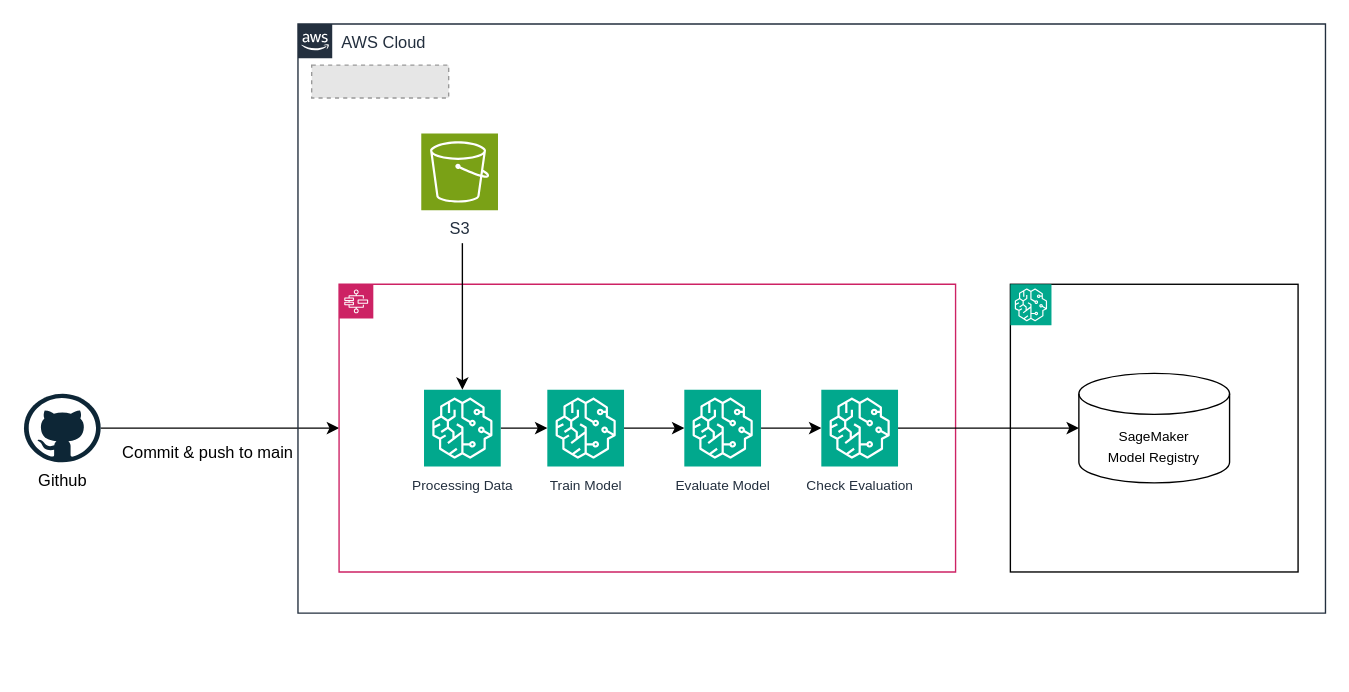
Above: images/architecture_diagram.drawio in ryo19-96/power-forecasting-mlops (draw.io), before the change. Source tidied: cells renumbered, new cells numbered last; positions are measured from the earlier drawing's top-left corner, leaving out a move shared by most shapes. Both pictures are drawn from the tidied source at 137%, with x=0, y=0 at pixel (23, 23). Pictures stored in the file or linked from it are replaced by grey dashed boxes.
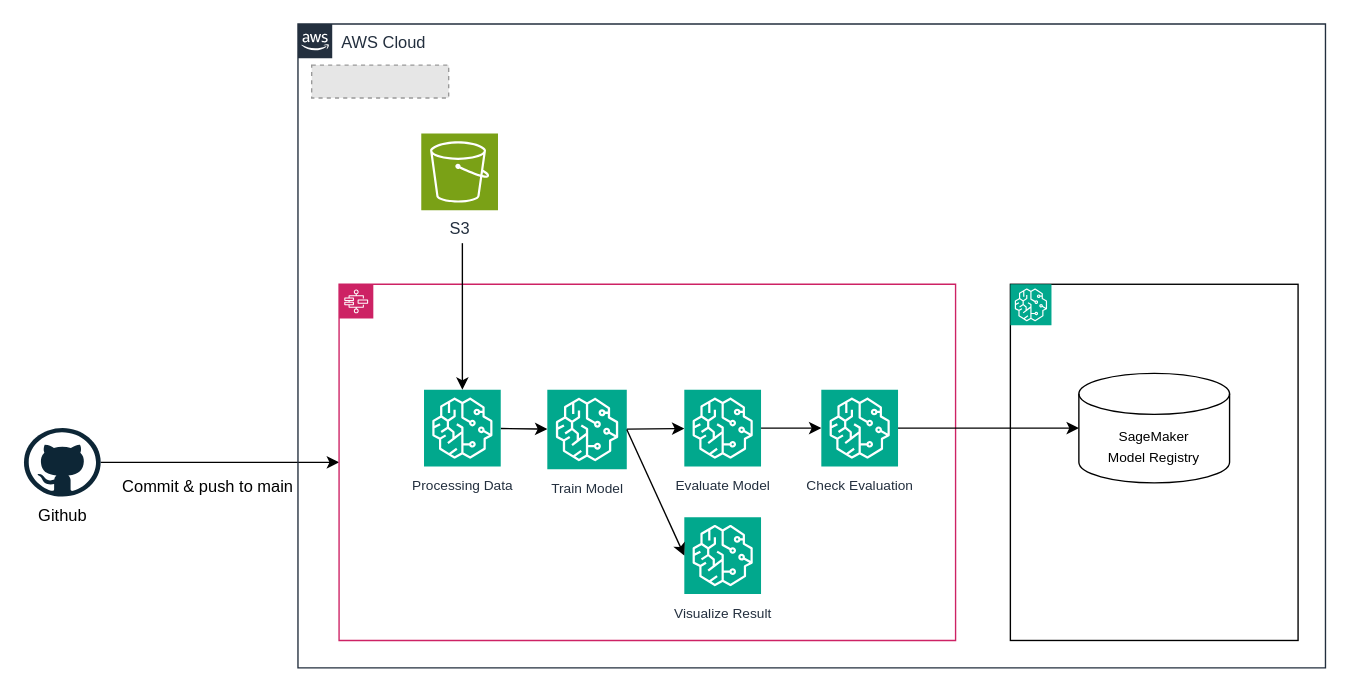
After the change.

What changed in the source:
```diff
@@
     <mxCell id="4" value="Github" style="dashed=0;outlineConnect=0;html=1;align=center;labelPosition=center;verticalLabelPosition=bottom;verticalAlign=top;shape=mxgraph.weblogos.github;" parent="1" vertex="1">
-      <mxGeometry y="270" width="56" height="50" as="geometry" />
+      <mxGeometry y="295" width="56" height="50" as="geometry" />
     </mxCell>
     <mxCell id="5" value="AWS Cloud" style="gradientColor=none;html=1;whiteSpace=wrap;fontSize=12;fontStyle=0;shape=mxgraph.aws4.group;grIcon=mxgraph.aws4.group_aws_cloud_alt;strokeColor=#232F3E;fillColor=none;verticalAlign=top;align=left;spacingLeft=30;fontColor=#232F3E;dashed=0;" parent="1" vertex="1">
-      <mxGeometry x="200" width="750" height="430" as="geometry" />
+      <mxGeometry x="200" width="750" height="470" as="geometry" />
     </mxCell>
@@
     <mxCell id="7" style="points=[[0,0],[0.25,0],[0.5,0],[0.75,0],[1,0],[1,0.25],[1,0.5],[1,0.75],[1,1],[0.75,1],[0.5,1],[0.25,1],[0,1],[0,0.75],[0,0.5],[0,0.25]];outlineConnect=0;gradientColor=none;html=1;whiteSpace=wrap;fontSize=12;fontStyle=0;shape=mxgraph.aws4.group;grIcon=mxgraph.aws4.group_aws_step_functions_workflow;strokeColor=#CD2264;fillColor=none;verticalAlign=top;align=left;spacingLeft=30;fontColor=#CD2264;dashed=0;" parent="5" vertex="1">
-      <mxGeometry x="30" y="190" width="450" height="210" as="geometry" />
+      <mxGeometry x="30" y="190" width="450" height="260" as="geometry" />
     </mxCell>
-    <mxCell id="8" style="group;" parent="7" vertex="1">
-      <mxGeometry x="62" y="77" width="346" height="56" as="geometry" />
-    </mxCell>
-    <mxCell id="9" style="edgeStyle=none;html=1;" parent="8" edge="1" source="10" target="12">
+    <mxCell id="9" style="edgeStyle=none;html=1;" parent="7" edge="1" source="10" target="12">
       <mxGeometry relative="1" as="geometry" />
     </mxCell>
-    <mxCell id="10" value="&lt;span style=&quot;font-size: 10px;&quot;&gt;Processing Data&lt;/span&gt;" style="sketch=0;points=[[0,0,0],[0.25,0,0],[0.5,0,0],[0.75,0,0],[1,0,0],[0,1,0],[0.25,1,0],[0.5,1,0],[0.75,1,0],[1,1,0],[0,0.25,0],[0,0.5,0],[0,0.75,0],[1,0.25,0],[1,0.5,0],[1,0.75,0]];outlineConnect=0;fontColor=#232F3E;fillColor=#01A88D;strokeColor=#ffffff;dashed=0;verticalLabelPosition=bottom;verticalAlign=top;align=center;html=1;fontSize=12;fontStyle=0;shape=mxgraph.aws4.resourceIcon;resIcon=mxgraph.aws4.sagemaker;" parent="8" vertex="1">
-      <mxGeometry width="56" height="56" as="geometry" />
+    <mxCell id="10" value="&lt;span style=&quot;font-size: 10px;&quot;&gt;Processing Data&lt;/span&gt;" style="sketch=0;points=[[0,0,0],[0.25,0,0],[0.5,0,0],[0.75,0,0],[1,0,0],[0,1,0],[0.25,1,0],[0.5,1,0],[0.75,1,0],[1,1,0],[0,0.25,0],[0,0.5,0],[0,0.75,0],[1,0.25,0],[1,0.5,0],[1,0.75,0]];outlineConnect=0;fontColor=#232F3E;fillColor=#01A88D;strokeColor=#ffffff;dashed=0;verticalLabelPosition=bottom;verticalAlign=top;align=center;html=1;fontSize=12;fontStyle=0;shape=mxgraph.aws4.resourceIcon;resIcon=mxgraph.aws4.sagemaker;" parent="7" vertex="1">
+      <mxGeometry x="62" y="77" width="56" height="56" as="geometry" />
     </mxCell>
-    <mxCell id="11" style="edgeStyle=none;html=1;" parent="8" edge="1" source="12" target="14">
+    <mxCell id="11" style="edgeStyle=none;html=1;" parent="7" edge="1" source="12" target="14">
       <mxGeometry relative="1" as="geometry" />
     </mxCell>
-    <mxCell id="12" value="&lt;span style=&quot;font-size: 10px;&quot;&gt;Train Model&lt;/span&gt;" style="sketch=0;points=[[0,0,0],[0.25,0,0],[0.5,0,0],[0.75,0,0],[1,0,0],[0,1,0],[0.25,1,0],[0.5,1,0],[0.75,1,0],[1,1,0],[0,0.25,0],[0,0.5,0],[0,0.75,0],[1,0.25,0],[1,0.5,0],[1,0.75,0]];outlineConnect=0;fontColor=#232F3E;fillColor=#01A88D;strokeColor=#ffffff;dashed=0;verticalLabelPosition=bottom;verticalAlign=top;align=center;html=1;fontSize=12;fontStyle=0;shape=mxgraph.aws4.resourceIcon;resIcon=mxgraph.aws4.sagemaker;" parent="8" vertex="1">
-      <mxGeometry x="90" width="56" height="56" as="geometry" />
+    <mxCell id="12" value="&lt;span style=&quot;font-size: 10px;&quot;&gt;Train Model&lt;/span&gt;" style="sketch=0;points=[[0,0,0],[0.25,0,0],[0.5,0,0],[0.75,0,0],[1,0,0],[0,1,0],[0.25,1,0],[0.5,1,0],[0.75,1,0],[1,1,0],[0,0.25,0],[0,0.5,0],[0,0.75,0],[1,0.25,0],[1,0.5,0],[1,0.75,0]];outlineConnect=0;fontColor=#232F3E;fillColor=#01A88D;strokeColor=#ffffff;dashed=0;verticalLabelPosition=bottom;verticalAlign=top;align=center;html=1;fontSize=12;fontStyle=0;shape=mxgraph.aws4.resourceIcon;resIcon=mxgraph.aws4.sagemaker;" parent="7" vertex="1">
+      <mxGeometry x="152" y="77" width="58" height="58" as="geometry" />
     </mxCell>
-    <mxCell id="13" style="edgeStyle=none;html=1;" parent="8" edge="1" source="14" target="15">
+    <mxCell id="13" style="edgeStyle=none;html=1;" parent="7" edge="1" source="14" target="15">
       <mxGeometry relative="1" as="geometry" />
     </mxCell>
-    <mxCell id="14" value="&lt;span style=&quot;font-size: 10px;&quot;&gt;Evaluate Model&lt;/span&gt;" style="sketch=0;points=[[0,0,0],[0.25,0,0],[0.5,0,0],[0.75,0,0],[1,0,0],[0,1,0],[0.25,1,0],[0.5,1,0],[0.75,1,0],[1,1,0],[0,0.25,0],[0,0.5,0],[0,0.75,0],[1,0.25,0],[1,0.5,0],[1,0.75,0]];outlineConnect=0;fontColor=#232F3E;fillColor=#01A88D;strokeColor=#ffffff;dashed=0;verticalLabelPosition=bottom;verticalAlign=top;align=center;html=1;fontSize=12;fontStyle=0;shape=mxgraph.aws4.resourceIcon;resIcon=mxgraph.aws4.sagemaker;" parent="8" vertex="1">
-      <mxGeometry x="190" width="56" height="56" as="geometry" />
+    <mxCell id="14" value="&lt;span style=&quot;font-size: 10px;&quot;&gt;Evaluate Model&lt;/span&gt;" style="sketch=0;points=[[0,0,0],[0.25,0,0],[0.5,0,0],[0.75,0,0],[1,0,0],[0,1,0],[0.25,1,0],[0.5,1,0],[0.75,1,0],[1,1,0],[0,0.25,0],[0,0.5,0],[0,0.75,0],[1,0.25,0],[1,0.5,0],[1,0.75,0]];outlineConnect=0;fontColor=#232F3E;fillColor=#01A88D;strokeColor=#ffffff;dashed=0;verticalLabelPosition=bottom;verticalAlign=top;align=center;html=1;fontSize=12;fontStyle=0;shape=mxgraph.aws4.resourceIcon;resIcon=mxgraph.aws4.sagemaker;" parent="7" vertex="1">
+      <mxGeometry x="252" y="77" width="56" height="56" as="geometry" />
     </mxCell>
-    <mxCell id="15" value="&lt;span style=&quot;font-size: 10px;&quot;&gt;Check Evaluation&lt;/span&gt;" style="sketch=0;points=[[0,0,0],[0.25,0,0],[0.5,0,0],[0.75,0,0],[1,0,0],[0,1,0],[0.25,1,0],[0.5,1,0],[0.75,1,0],[1,1,0],[0,0.25,0],[0,0.5,0],[0,0.75,0],[1,0.25,0],[1,0.5,0],[1,0.75,0]];outlineConnect=0;fontColor=#232F3E;fillColor=#01A88D;strokeColor=#ffffff;dashed=0;verticalLabelPosition=bottom;verticalAlign=top;align=center;html=1;fontSize=12;fontStyle=0;shape=mxgraph.aws4.resourceIcon;resIcon=mxgraph.aws4.sagemaker;" parent="8" vertex="1">
-      <mxGeometry x="290" width="56" height="56" as="geometry" />
+    <mxCell id="15" value="&lt;span style=&quot;font-size: 10px;&quot;&gt;Check Evaluation&lt;/span&gt;" style="sketch=0;points=[[0,0,0],[0.25,0,0],[0.5,0,0],[0.75,0,0],[1,0,0],[0,1,0],[0.25,1,0],[0.5,1,0],[0.75,1,0],[1,1,0],[0,0.25,0],[0,0.5,0],[0,0.75,0],[1,0.25,0],[1,0.5,0],[1,0.75,0]];outlineConnect=0;fontColor=#232F3E;fillColor=#01A88D;strokeColor=#ffffff;dashed=0;verticalLabelPosition=bottom;verticalAlign=top;align=center;html=1;fontSize=12;fontStyle=0;shape=mxgraph.aws4.resourceIcon;resIcon=mxgraph.aws4.sagemaker;" parent="7" vertex="1">
+      <mxGeometry x="352" y="77" width="56" height="56" as="geometry" />
     </mxCell>
+    <mxCell id="22" value="&lt;span style=&quot;font-size: 10px;&quot;&gt;Visualize Result&lt;/span&gt;" style="sketch=0;points=[[0,0,0],[0.25,0,0],[0.5,0,0],[0.75,0,0],[1,0,0],[0,1,0],[0.25,1,0],[0.5,1,0],[0.75,1,0],[1,1,0],[0,0.25,0],[0,0.5,0],[0,0.75,0],[1,0.25,0],[1,0.5,0],[1,0.75,0]];outlineConnect=0;fontColor=#232F3E;fillColor=#01A88D;strokeColor=#ffffff;dashed=0;verticalLabelPosition=bottom;verticalAlign=top;align=center;html=1;fontSize=12;fontStyle=0;shape=mxgraph.aws4.resourceIcon;resIcon=mxgraph.aws4.sagemaker;" parent="7" vertex="1">
+      <mxGeometry x="252" y="170" width="56" height="56" as="geometry" />
+    </mxCell>
+    <mxCell id="23" style="edgeStyle=none;html=1;exitX=1;exitY=0.5;exitDx=0;exitDy=0;exitPerimeter=0;entryX=0;entryY=0.5;entryDx=0;entryDy=0;entryPerimeter=0;" parent="7" edge="1" source="12" target="22">
+      <mxGeometry relative="1" as="geometry" />
+    </mxCell>
     <mxCell id="16" style="dashed=0;verticalAlign=top;fontStyle=0;whiteSpace=wrap;html=1;fillColor=none;" parent="5" vertex="1">
-      <mxGeometry x="520" y="190" width="210" height="210" as="geometry" />
+      <mxGeometry x="520" y="190" width="210" height="260" as="geometry" />
     </mxCell>
```
